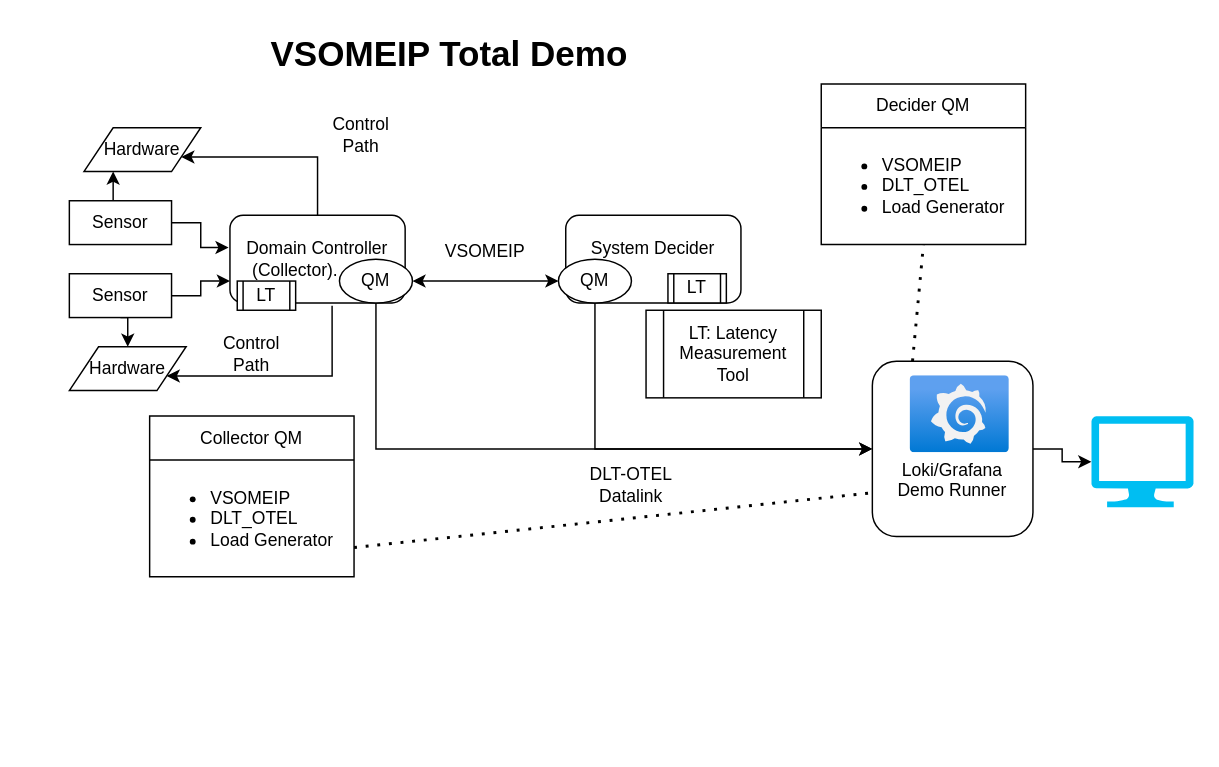
Before: vsomeip-demo.drawio in smooge/draw-io-items, a draw.io diagram. Source tidied: cells renumbered, new cells numbered last; positions are measured from the earlier drawing's top-left corner, leaving out a move shared by most shapes. Both pictures are drawn from the tidied source at 146%, with x=0, y=0 at pixel (69, 25).
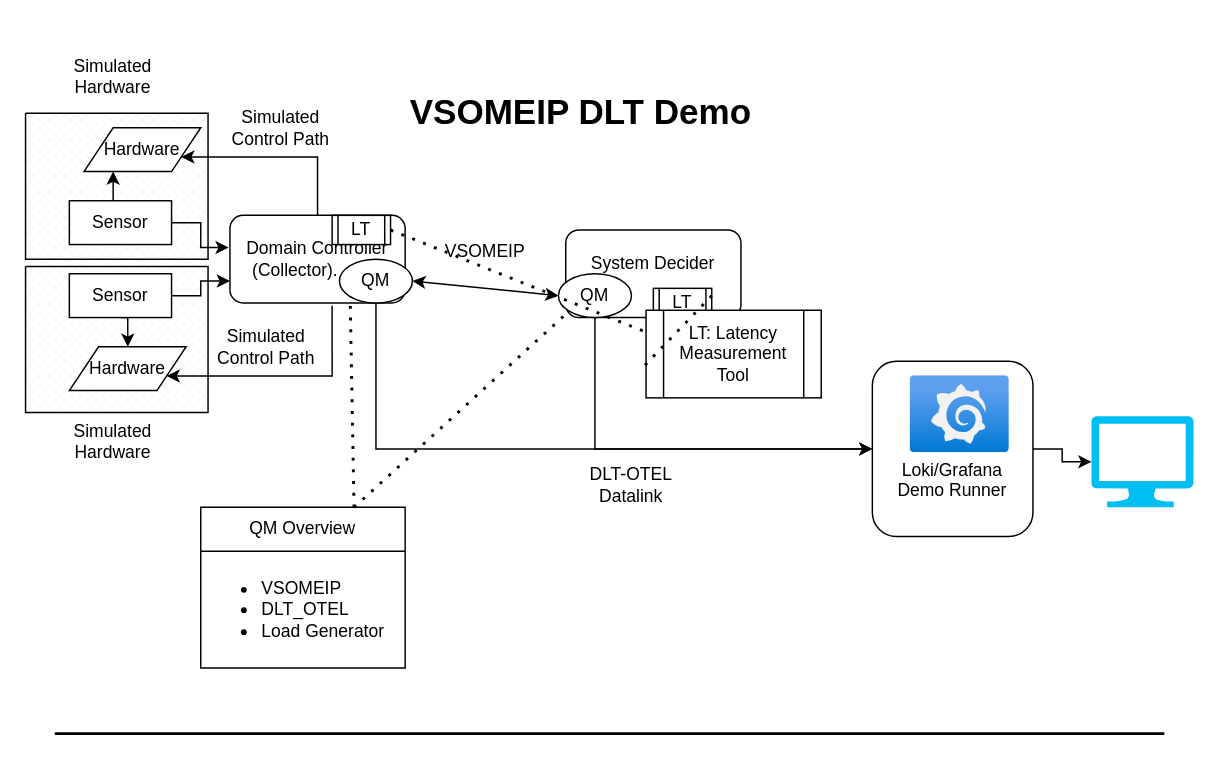
The same diagram, later.

The change refers to these unchanged cells:
```xml
<mxCell id="17" value="&lt;div&gt;&lt;br&gt;&lt;/div&gt;&lt;div&gt;&lt;br&gt;&lt;/div&gt;&lt;div&gt;&lt;br&gt;&lt;/div&gt;&lt;div&gt;Loki/Grafana&lt;/div&gt;&lt;div&gt;Demo Runner&lt;/div&gt;" style="rounded=1;whiteSpace=wrap;html=1;" parent="1" vertex="1">
  <mxGeometry x="550" y="230" width="110" height="120" as="geometry" />
</mxCell>
<mxCell id="23" value="QM" style="ellipse;whiteSpace=wrap;html=1;" parent="1" vertex="1">
  <mxGeometry x="185" y="160" width="50" height="30" as="geometry" />
</mxCell>
<mxCell id="30" value="&lt;ul&gt;&lt;li&gt;VSOMEIP&lt;/li&gt;&lt;li&gt;DLT_OTEL&lt;/li&gt;&lt;li&gt;Load Generator&lt;/li&gt;&lt;/ul&gt;" style="text;strokeColor=none;fillColor=none;html=1;whiteSpace=wrap;verticalAlign=middle;overflow=hidden;" parent="29" vertex="1">
  <mxGeometry y="30" width="140" height="80" as="geometry" />
</mxCell>
<mxCell id="36" value="LT: Latency Measurement Tool" style="shape=process;whiteSpace=wrap;html=1;backgroundOutline=1;" parent="1" vertex="1">
  <mxGeometry x="395" y="195" width="120" height="60" as="geometry" />
</mxCell>
```

The edit, as a diff of the source:
```diff
@@
+    <mxCell id="37" style="verticalLabelPosition=bottom;verticalAlign=top;html=1;shape=mxgraph.basic.patternFillRect;fillStyle=diagGrid;step=5;fillStrokeWidth=0.2;fillStrokeColor=#dddddd;" parent="1" vertex="1">
+      <mxGeometry x="-30" y="165" width="125" height="100" as="geometry" />
+    </mxCell>
+    <mxCell id="38" style="verticalLabelPosition=bottom;verticalAlign=top;html=1;shape=mxgraph.basic.patternFillRect;fillStyle=diagGrid;step=5;fillStrokeWidth=0.2;fillStrokeColor=#dddddd;" parent="1" vertex="1">
+      <mxGeometry x="-30" y="60" width="125" height="100" as="geometry" />
+    </mxCell>
@@
     <mxCell id="9" value="System Decider&lt;div&gt;&lt;br&gt;&lt;/div&gt;" style="rounded=1;whiteSpace=wrap;html=1;" parent="1" vertex="1">
-      <mxGeometry x="340" y="130" width="120" height="60" as="geometry" />
+      <mxGeometry x="340" y="140" width="120" height="60" as="geometry" />
     </mxCell>
@@
-    <mxCell id="15" value="Control&lt;div&gt;Path&lt;/div&gt;" style="text;html=1;align=center;verticalAlign=middle;whiteSpace=wrap;rounded=0;" parent="1" vertex="1">
-      <mxGeometry x="95" y="210" width="60" height="30" as="geometry" />
-    </mxCell>
-    <mxCell id="16" value="Control&lt;div&gt;Path&lt;/div&gt;" style="text;html=1;align=center;verticalAlign=middle;whiteSpace=wrap;rounded=0;" parent="1" vertex="1">
-      <mxGeometry x="170" y="60" width="60" height="30" as="geometry" />
-    </mxCell>
@@
     <mxCell id="25" value="QM" style="ellipse;whiteSpace=wrap;html=1;" parent="1" vertex="1">
-      <mxGeometry x="335" y="160" width="50" height="30" as="geometry" />
+      <mxGeometry x="335" y="170" width="50" height="30" as="geometry" />
     </mxCell>
@@
-    <mxCell id="27" value="Decider QM" style="swimlane;fontStyle=0;horizontal=1;startSize=30;whiteSpace=wrap;html=1;" parent="1" vertex="1">
-      <mxGeometry x="515" y="40" width="140" height="110" as="geometry" />
-    </mxCell>
-    <mxCell id="28" value="&lt;ul&gt;&lt;li&gt;VSOMEIP&lt;/li&gt;&lt;li&gt;DLT_OTEL&lt;/li&gt;&lt;li&gt;Load Generator&lt;/li&gt;&lt;/ul&gt;" style="text;strokeColor=none;fillColor=none;html=1;whiteSpace=wrap;verticalAlign=middle;overflow=hidden;" parent="27" vertex="1">
-      <mxGeometry y="30" width="140" height="80" as="geometry" />
-    </mxCell>
-    <mxCell id="29" value="Collector QM" style="swimlane;fontStyle=0;horizontal=1;startSize=30;whiteSpace=wrap;html=1;" parent="1" vertex="1">
-      <mxGeometry x="55" y="267.5" width="140" height="110" as="geometry" />
+    <mxCell id="29" value="QM Overview" style="swimlane;fontStyle=0;horizontal=1;startSize=30;whiteSpace=wrap;html=1;" parent="1" vertex="1">
+      <mxGeometry x="90" y="330" width="140" height="110" as="geometry" />
     </mxCell>
@@
-    <mxCell id="31" value="VSOMEIP Total Demo" style="text;strokeColor=none;fillColor=none;html=1;fontSize=24;fontStyle=1;verticalAlign=middle;align=center;" parent="1" vertex="1">
-      <mxGeometry x="210" width="100" height="40" as="geometry" />
+    <mxCell id="31" value="VSOMEIP DLT Demo" style="text;strokeColor=none;fillColor=none;html=1;fontSize=24;fontStyle=1;verticalAlign=middle;align=center;" parent="1" vertex="1">
+      <mxGeometry x="300" y="40" width="100" height="40" as="geometry" />
     </mxCell>
-    <mxCell id="32" style="endArrow=none;dashed=1;html=1;dashPattern=1 3;strokeWidth=2;rounded=0;entryX=0;entryY=0.75;entryDx=0;entryDy=0;exitX=1;exitY=0.75;exitDx=0;exitDy=0;" parent="1" edge="1" source="30" target="17">
-      <mxGeometry relative="1" as="geometry" />
-    </mxCell>
-    <mxCell id="33" style="endArrow=none;dashed=1;html=1;dashPattern=1 3;strokeWidth=2;rounded=0;exitX=0.25;exitY=0;exitDx=0;exitDy=0;entryX=0.5;entryY=1;entryDx=0;entryDy=0;" parent="1" edge="1" source="17" target="28">
-      <mxGeometry relative="1" as="geometry" />
-    </mxCell>
     <mxCell id="34" value="LT" style="shape=process;whiteSpace=wrap;html=1;backgroundOutline=1;" parent="1" vertex="1">
-      <mxGeometry x="410" y="170" width="40" height="20" as="geometry" />
+      <mxGeometry x="400" y="180" width="40" height="20" as="geometry" />
     </mxCell>
     <mxCell id="35" value="LT" style="shape=process;whiteSpace=wrap;html=1;backgroundOutline=1;" parent="1" vertex="1">
-      <mxGeometry x="115" y="175" width="40" height="20" as="geometry" />
+      <mxGeometry x="180" y="130" width="40" height="20" as="geometry" />
     </mxCell>
@@
+    <mxCell id="39" style="endArrow=none;dashed=1;html=1;dashPattern=1 3;strokeWidth=2;rounded=0;exitX=1;exitY=0.25;exitDx=0;exitDy=0;entryX=-0.017;entryY=0.65;entryDx=0;entryDy=0;entryPerimeter=0;" parent="1" edge="1" source="34" target="36">
+      <mxGeometry relative="1" as="geometry" />
+    </mxCell>
+    <mxCell id="40" style="endArrow=none;dashed=1;html=1;dashPattern=1 3;strokeWidth=2;rounded=0;exitX=0.75;exitY=0;exitDx=0;exitDy=0;entryX=0;entryY=1;entryDx=0;entryDy=0;" parent="1" edge="1" source="29" target="23">
+      <mxGeometry relative="1" as="geometry" />
+    </mxCell>
+    <mxCell id="41" style="endArrow=none;dashed=1;html=1;dashPattern=1 3;strokeWidth=2;rounded=0;exitX=0.75;exitY=0;exitDx=0;exitDy=0;entryX=0;entryY=1;entryDx=0;entryDy=0;" parent="1" edge="1" source="29" target="25">
+      <mxGeometry relative="1" as="geometry" />
+    </mxCell>
+    <mxCell id="42" style="endArrow=none;dashed=1;html=1;dashPattern=1 3;strokeWidth=2;rounded=0;exitX=1;exitY=0.5;exitDx=0;exitDy=0;entryX=0;entryY=0.25;entryDx=0;entryDy=0;" parent="1" edge="1" source="35" target="36">
+      <mxGeometry relative="1" as="geometry" />
+    </mxCell>
+    <mxCell id="43" value="Simulated Control Path" style="text;html=1;align=center;verticalAlign=middle;whiteSpace=wrap;rounded=0;" parent="1" vertex="1">
+      <mxGeometry x="110" y="50" width="70" height="40" as="geometry" />
+    </mxCell>
+    <mxCell id="44" value="Simulated Control Path" style="text;html=1;align=center;verticalAlign=middle;whiteSpace=wrap;rounded=0;" parent="1" vertex="1">
+      <mxGeometry x="100" y="200" width="70" height="40" as="geometry" />
+    </mxCell>
+    <mxCell id="45" value="Simulated Hardware" style="text;html=1;align=center;verticalAlign=middle;whiteSpace=wrap;rounded=0;" parent="1" vertex="1">
+      <mxGeometry y="20" width="60" height="30" as="geometry" />
+    </mxCell>
+    <mxCell id="46" value="Simulated Hardware" style="text;html=1;align=center;verticalAlign=middle;whiteSpace=wrap;rounded=0;" parent="1" vertex="1">
+      <mxGeometry y="270" width="60" height="30" as="geometry" />
+    </mxCell>
+    <mxCell id="47" style="line;strokeWidth=2;html=1;" parent="1" vertex="1">
+      <mxGeometry x="-10" y="480" width="760" height="10" as="geometry" />
+    </mxCell>
```
